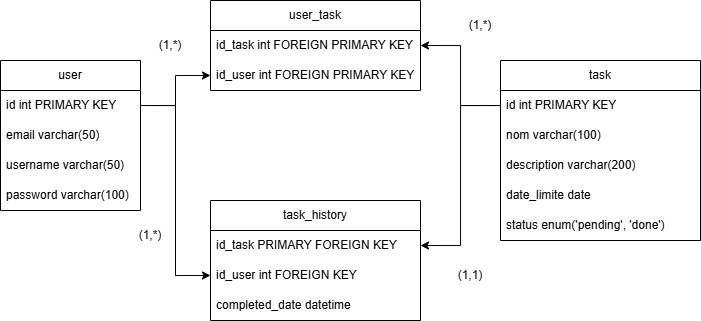
Above: sql/UMLDatabase.drawio.png in Vtr-Frt/toDoList (draw.io), before the change. Source tidied: cells renumbered, new cells last; positions are measured from the earlier drawing's top-left corner, leaving out a move shared by most shapes.
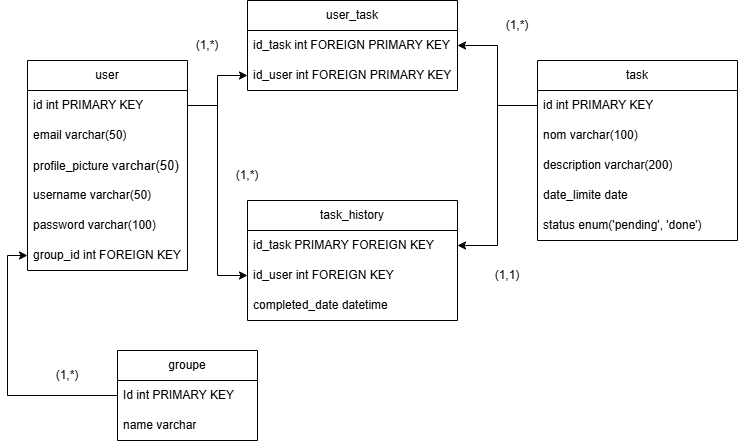
After the change.

Commit message:
UPDATE database schema

Diff of the diagram source:
```diff
@@ -3,20 +3,26 @@
     <mxCell id="0" />
     <mxCell id="1" parent="0" />
     <mxCell id="2" value="user" style="swimlane;fontStyle=0;horizontal=1;startSize=30;whiteSpace=wrap;html=1;" parent="1" vertex="1">
-      <mxGeometry y="60" width="140" height="150" as="geometry" />
+      <mxGeometry x="-10" y="60" width="160" height="210" as="geometry" />
     </mxCell>
     <mxCell id="3" value="id int PRIMARY KEY" style="text;strokeColor=none;fillColor=none;align=left;verticalAlign=middle;spacingLeft=4;spacingRight=4;overflow=hidden;points=[[0,0.5],[1,0.5]];portConstraint=eastwest;whiteSpace=wrap;html=1;" parent="2" vertex="1">
-      <mxGeometry y="30" width="140" height="30" as="geometry" />
+      <mxGeometry y="30" width="160" height="30" as="geometry" />
     </mxCell>
     <mxCell id="4" value="email varchar(50)" style="text;strokeColor=none;fillColor=none;align=left;verticalAlign=middle;spacingLeft=4;spacingRight=4;overflow=hidden;whiteSpace=wrap;html=1;" parent="2" vertex="1">
-      <mxGeometry y="60" width="140" height="30" as="geometry" />
+      <mxGeometry y="60" width="160" height="30" as="geometry" />
     </mxCell>
+    <mxCell id="28" value="profile_picture&amp;nbsp;&lt;span style=&quot;color: rgb(0, 0, 0); font-family: sans-serif; font-size: 13.12px; text-wrap-mode: nowrap; background-color: rgb(255, 255, 255);&quot;&gt;varchar(50)&lt;/span&gt;" style="text;strokeColor=none;fillColor=none;align=left;verticalAlign=middle;spacingLeft=4;spacingRight=4;overflow=hidden;whiteSpace=wrap;html=1;" parent="2" vertex="1">
+      <mxGeometry y="90" width="160" height="30" as="geometry" />
+    </mxCell>
     <mxCell id="5" value="username varchar(50)" style="text;strokeColor=none;fillColor=none;align=left;verticalAlign=middle;spacingLeft=4;spacingRight=4;overflow=hidden;whiteSpace=wrap;html=1;" parent="2" vertex="1">
-      <mxGeometry y="90" width="140" height="30" as="geometry" />
+      <mxGeometry y="120" width="160" height="30" as="geometry" />
     </mxCell>
     <mxCell id="6" value="password varchar(100)" style="text;strokeColor=none;fillColor=none;align=left;verticalAlign=middle;spacingLeft=4;spacingRight=4;overflow=hidden;whiteSpace=wrap;html=1;" parent="2" vertex="1">
-      <mxGeometry y="120" width="140" height="30" as="geometry" />
+      <mxGeometry y="150" width="160" height="30" as="geometry" />
     </mxCell>
+    <mxCell id="29" value="group_id int FOREIGN KEY" style="text;strokeColor=none;fillColor=none;align=left;verticalAlign=middle;spacingLeft=4;spacingRight=4;overflow=hidden;points=[[0,0.5],[1,0.5]];portConstraint=eastwest;whiteSpace=wrap;html=1;" parent="2" vertex="1">
+      <mxGeometry y="180" width="160" height="30" as="geometry" />
+    </mxCell>
     <mxCell id="7" value="user_task" style="swimlane;fontStyle=0;horizontal=1;startSize=30;whiteSpace=wrap;html=1;" parent="1" vertex="1">
       <mxGeometry x="210" width="210" height="90" as="geometry" />
     </mxCell>
@@ -68,17 +74,32 @@
     <mxCell id="23" style="edgeStyle=orthogonalEdgeStyle;rounded=0;jettySize=auto;html=1;exitX=0;exitY=0.5;exitDx=0;exitDy=0;entryX=1;entryY=0.5;entryDx=0;entryDy=0;" parent="1" edge="1" source="11" target="17">
       <mxGeometry relative="1" as="geometry" />
     </mxCell>
-    <mxCell id="24" value="(1,*)" style="text;html=1;whiteSpace=wrap;strokeColor=none;fillColor=none;align=center;verticalAlign=middle;rounded=0;" parent="1" vertex="1">
-      <mxGeometry x="140" y="30" width="60" height="30" as="geometry" />
-    </mxCell>
-    <mxCell id="25" value="(1,*)" style="text;html=1;whiteSpace=wrap;strokeColor=none;fillColor=none;align=center;verticalAlign=middle;rounded=0;" parent="1" vertex="1">
-      <mxGeometry x="120" y="220" width="60" height="30" as="geometry" />
-    </mxCell>
-    <mxCell id="26" value="(1,*)" style="text;html=1;whiteSpace=wrap;strokeColor=none;fillColor=none;align=center;verticalAlign=middle;rounded=0;" parent="1" vertex="1">
-      <mxGeometry x="450" y="10" width="60" height="30" as="geometry" />
-    </mxCell>
+    <mxCell id="30" value="(1,*)" style="text;html=1;whiteSpace=wrap;strokeColor=none;fillColor=none;align=center;verticalAlign=middle;rounded=0;" parent="1" vertex="1">
+      <mxGeometry x="140" y="30" width="60" height="30" as="geometry" />
+    </mxCell>
+    <mxCell id="31" value="(1,*)" style="text;html=1;whiteSpace=wrap;strokeColor=none;fillColor=none;align=center;verticalAlign=middle;rounded=0;" parent="1" vertex="1">
+      <mxGeometry x="180" y="160" width="60" height="30" as="geometry" />
+    </mxCell>
+    <mxCell id="32" value="(1,*)" style="text;html=1;whiteSpace=wrap;strokeColor=none;fillColor=none;align=center;verticalAlign=middle;rounded=0;" parent="1" vertex="1">
+      <mxGeometry x="450" y="10" width="60" height="30" as="geometry" />
+    </mxCell>
     <mxCell id="27" value="(1,1)" style="text;html=1;whiteSpace=wrap;strokeColor=none;fillColor=none;align=center;verticalAlign=middle;rounded=0;" parent="1" vertex="1">
       <mxGeometry x="440" y="260" width="60" height="30" as="geometry" />
     </mxCell>
+    <mxCell id="33" style="edgeStyle=orthogonalEdgeStyle;rounded=0;jettySize=auto;html=1;entryX=0;entryY=0.5;entryDx=0;entryDy=0;exitX=0;exitY=0.5;exitDx=0;exitDy=0;" parent="1" edge="1" source="35" target="29">
+      <mxGeometry relative="1" as="geometry" />
+    </mxCell>
+    <mxCell id="34" value="groupe" style="swimlane;fontStyle=0;horizontal=1;startSize=30;whiteSpace=wrap;html=1;" parent="1" vertex="1">
+      <mxGeometry x="80" y="350" width="140" height="90" as="geometry" />
+    </mxCell>
+    <mxCell id="35" value="Id int PRIMARY KEY" style="text;strokeColor=none;fillColor=none;align=left;verticalAlign=middle;spacingLeft=4;spacingRight=4;overflow=hidden;points=[[0,0.5],[1,0.5]];portConstraint=eastwest;whiteSpace=wrap;html=1;" parent="34" vertex="1">
+      <mxGeometry y="30" width="140" height="30" as="geometry" />
+    </mxCell>
+    <mxCell id="36" value="name varchar" style="text;strokeColor=none;fillColor=none;align=left;verticalAlign=middle;spacingLeft=4;spacingRight=4;overflow=hidden;whiteSpace=wrap;html=1;" parent="34" vertex="1">
+      <mxGeometry y="60" width="140" height="30" as="geometry" />
+    </mxCell>
+    <mxCell id="37" value="(1,*)" style="text;html=1;whiteSpace=wrap;strokeColor=none;fillColor=none;align=center;verticalAlign=middle;rounded=0;" parent="1" vertex="1">
+      <mxGeometry y="360" width="60" height="30" as="geometry" />
+    </mxCell>
   </root>
 </mxGraphModel>
```
